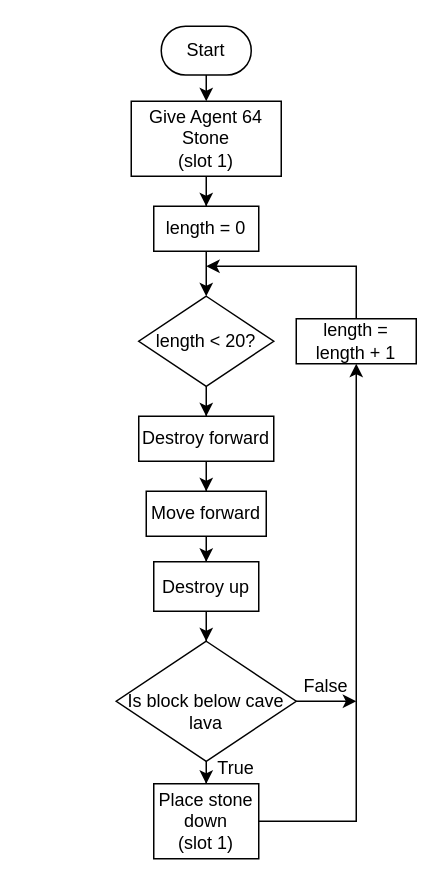
Earlier version of the draw.io diagram tutorials/python-islands/island-7/autominer/flowchart.drawio (CausewayDigital/Minecraft-EE-MakeCode). Source tidied: cells renumbered, new cells numbered last; positions are measured from the earlier drawing's top-left corner, leaving out a move shared by most shapes. Both pictures are drawn from the tidied source at 150%, with x=0, y=0 at pixel (116, 26).
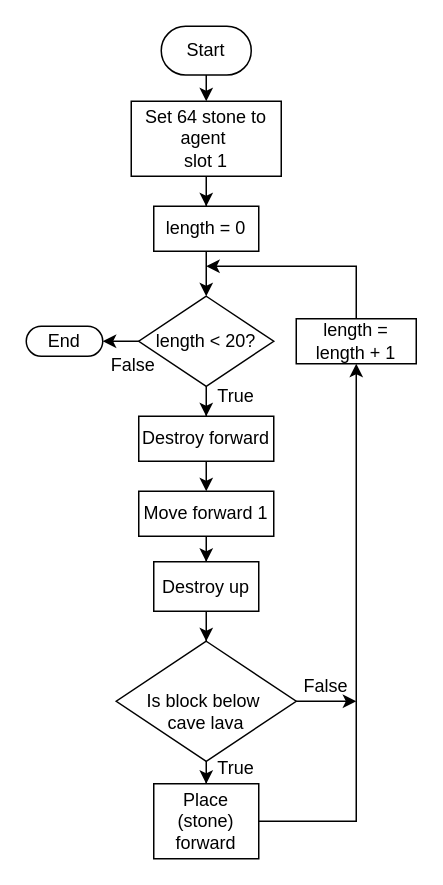
Above is the later version.

Commit message (it also covers changes not shown here):
Rework autominer flowcharts

Unchanged cells that the change refers to:
```xml
<mxCell id="8" value="length &amp;lt; 20?" style="rhombus;whiteSpace=wrap;html=1;" parent="1" vertex="1">
  <mxGeometry x="15" y="180" width="90" height="60" as="geometry" />
</mxCell>
<mxCell id="10" value="Destroy forward" style="rounded=0;whiteSpace=wrap;html=1;" parent="1" vertex="1">
  <mxGeometry x="15" y="260" width="90" height="30" as="geometry" />
</mxCell>
```

What changed in the source:
```diff
@@
-    <mxCell id="4" value="&lt;div&gt;Give Agent 64 Stone&lt;/div&gt;(slot 1)" style="rounded=0;whiteSpace=wrap;html=1;" parent="1" vertex="1">
+    <mxCell id="4" value="Set 64 stone to agent&amp;nbsp;&lt;div&gt;slot 1&lt;/div&gt;" style="rounded=0;whiteSpace=wrap;html=1;" parent="1" vertex="1">
       <mxGeometry x="10" y="50" width="100" height="50" as="geometry" />
     </mxCell>
@@
-    <mxCell id="9" style="edgeStyle=orthogonalEdgeStyle;rounded=0;jettySize=auto;html=1;" parent="1" edge="1" source="10" target="12">
+    <mxCell id="9" style="edgeStyle=orthogonalEdgeStyle;rounded=0;jettySize=auto;html=1;exitX=0.5;exitY=1;exitDx=0;exitDy=0;entryX=0.5;entryY=0;entryDx=0;entryDy=0;" parent="1" edge="1" source="10" target="12">
       <mxGeometry relative="1" as="geometry" />
     </mxCell>
@@
-    <mxCell id="12" value="Move forward" style="rounded=0;whiteSpace=wrap;html=1;" parent="1" vertex="1">
-      <mxGeometry x="20" y="310" width="80" height="30" as="geometry" />
+    <mxCell id="12" value="Move forward 1" style="rounded=0;whiteSpace=wrap;html=1;" parent="1" vertex="1">
+      <mxGeometry x="15" y="310" width="90" height="30" as="geometry" />
     </mxCell>
@@
-    <mxCell id="17" value="Is block below cave lava" style="rhombus;whiteSpace=wrap;html=1;spacingTop=13;" parent="1" vertex="1">
+    <mxCell id="17" value="Is block below&amp;nbsp;&lt;div&gt;cave lava&lt;/div&gt;" style="rhombus;whiteSpace=wrap;html=1;spacingTop=13;" parent="1" vertex="1">
       <mxGeometry y="410" width="120" height="80" as="geometry" />
     </mxCell>
@@
-    <mxCell id="19" value="&lt;div&gt;Place stone down&lt;/div&gt;(slot 1)" style="rounded=0;whiteSpace=wrap;html=1;" parent="1" vertex="1">
+    <mxCell id="19" value="Place (stone) forward" style="rounded=0;whiteSpace=wrap;html=1;" parent="1" vertex="1">
       <mxGeometry x="25" y="505" width="70" height="50" as="geometry" />
     </mxCell>
@@
+    <mxCell id="25" value="End" style="html=1;dashed=0;whiteSpace=wrap;shape=mxgraph.dfd.start;" parent="1" vertex="1">
+      <mxGeometry x="-60" y="200" width="51" height="20" as="geometry" />
+    </mxCell>
+    <mxCell id="26" style="edgeStyle=orthogonalEdgeStyle;rounded=0;jettySize=auto;html=1;exitX=0;exitY=0.5;exitDx=0;exitDy=0;entryX=1;entryY=0.5;entryDx=0;entryDy=0;entryPerimeter=0;" parent="1" edge="1" source="8" target="25">
+      <mxGeometry relative="1" as="geometry" />
+    </mxCell>
+    <mxCell id="27" value="True" style="text;html=1;align=center;verticalAlign=middle;whiteSpace=wrap;rounded=0;shadow=0;" parent="1" vertex="1">
+      <mxGeometry x="60" y="237" width="40" height="20" as="geometry" />
+    </mxCell>
+    <mxCell id="28" value="&lt;font style=&quot;font-size: 12px;&quot;&gt;False&lt;/font&gt;" style="edgeLabel;html=1;align=center;verticalAlign=middle;" parent="1" vertex="1">
+      <mxGeometry x="10" y="225" as="geometry" />
+    </mxCell>
```
